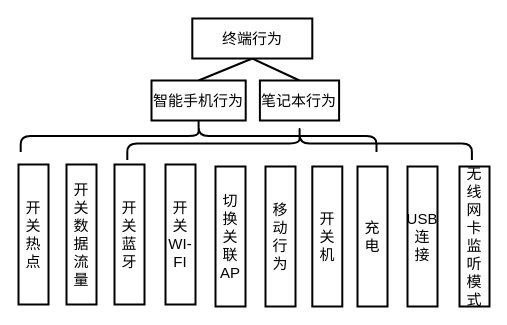
Earlier version of the draw.io diagram page "终端行为列举" (2 of 6) of 移动互联网场景图.drawio (Icarus1994/neutron_conf). Source tidied: cells renumbered, new cells numbered last; positions are measured from the earlier drawing's top-left corner, leaving out a move shared by most shapes. Both pictures are drawn from the tidied source at 100%, with x=0, y=0 at pixel (18, -43).
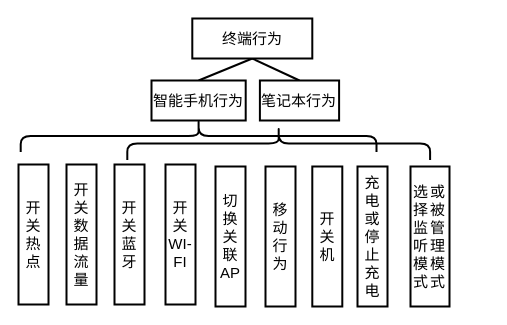
The same diagram, later.

The edit, as a diff of the source:
```diff
@@
 <mxGraphModel>
   <root>
     <mxCell id="0" />
     <mxCell id="1" parent="0" />
     <mxCell id="2" style="rounded=0;jettySize=auto;html=1;exitX=0.5;exitY=1;exitDx=0;exitDy=0;entryX=0.5;entryY=0;entryDx=0;entryDy=0;endArrow=none;endFill=0;strokeColor=#000000;strokeWidth=2;fillColor=#FFFF00;fontSize=15;" parent="1" edge="1" source="4" target="15">
       <mxGeometry relative="1" as="geometry" />
     </mxCell>
     <mxCell id="3" style="edgeStyle=none;rounded=0;jettySize=auto;html=1;exitX=0.5;exitY=1;exitDx=0;exitDy=0;entryX=0.5;entryY=0;entryDx=0;entryDy=0;endArrow=none;endFill=0;strokeColor=#000000;strokeWidth=2;fillColor=#FFFF00;fontSize=15;" parent="1" edge="1" source="4" target="16">
       <mxGeometry relative="1" as="geometry" />
     </mxCell>
     <mxCell id="4" value="&lt;font style=&quot;font-size: 15px&quot;&gt;终端行为&lt;/font&gt;" style="rounded=0;whiteSpace=wrap;html=1;strokeWidth=2;fontSize=15;" parent="1" vertex="1">
       <mxGeometry x="173.8" y="61" width="120" height="40" as="geometry" />
     </mxCell>
     <mxCell id="5" value="&lt;font style=&quot;font-size: 15px&quot;&gt;移动行为&lt;/font&gt;" style="rounded=0;whiteSpace=wrap;html=1;strokeWidth=2;fillColor=none;" parent="1" vertex="1">
       <mxGeometry x="247" y="209" width="30" height="140" as="geometry" />
     </mxCell>
     <mxCell id="6" value="&lt;font style=&quot;font-size: 15px&quot;&gt;开关蓝牙&lt;/font&gt;" style="rounded=0;whiteSpace=wrap;html=1;strokeWidth=2;fillColor=none;" parent="1" vertex="1">
       <mxGeometry x="96" y="207" width="30" height="140" as="geometry" />
     </mxCell>
-    <mxCell id="7" value="&lt;span style=&quot;font-size: 15px&quot;&gt;无线网卡监听模式&lt;/span&gt;" style="rounded=0;whiteSpace=wrap;html=1;strokeWidth=2;" parent="1" vertex="1">
-      <mxGeometry x="441" y="209" width="30" height="140" as="geometry" />
+    <mxCell id="7" style="rounded=0;whiteSpace=wrap;html=1;strokeWidth=2;" parent="1" vertex="1">
+      <mxGeometry x="392" y="209" width="39" height="140" as="geometry" />
     </mxCell>
     <mxCell id="8" value="&lt;font style=&quot;font-size: 15px&quot;&gt;开关WI-&lt;br&gt;FI&lt;/font&gt;" style="rounded=0;whiteSpace=wrap;html=1;strokeWidth=2;fillColor=none;strokeColor=#000000;" parent="1" vertex="1">
       <mxGeometry x="147" y="207" width="30" height="140" as="geometry" />
     </mxCell>
     <mxCell id="9" value="&lt;span style=&quot;font-size: 15px&quot;&gt;开关数据流量&lt;/span&gt;" style="rounded=0;whiteSpace=wrap;html=1;strokeWidth=2;fillColor=none;" parent="1" vertex="1">
       <mxGeometry x="48" y="207" width="30" height="140" as="geometry" />
     </mxCell>
     <mxCell id="10" value="&lt;font style=&quot;font-size: 15px&quot;&gt;开关热点&lt;/font&gt;" style="rounded=0;whiteSpace=wrap;html=1;strokeWidth=2;fillColor=none;strokeColor=#000000;" parent="1" vertex="1">
       <mxGeometry y="207" width="30" height="140" as="geometry" />
     </mxCell>
     <mxCell id="11" value="&lt;span style=&quot;font-size: 15px&quot;&gt;切换关联AP&lt;/span&gt;" style="rounded=0;whiteSpace=wrap;html=1;strokeWidth=2;fillColor=none;" parent="1" vertex="1">
       <mxGeometry x="197" y="209" width="30" height="140" as="geometry" />
     </mxCell>
-    <mxCell id="12" value="&lt;span style=&quot;font-size: 15px&quot;&gt;充电&lt;/span&gt;" style="rounded=0;whiteSpace=wrap;html=1;strokeWidth=2;" parent="1" vertex="1">
+    <mxCell id="12" value="&lt;span style=&quot;font-size: 15px&quot;&gt;充电&lt;br&gt;或停止充电&lt;/span&gt;" style="rounded=0;whiteSpace=wrap;html=1;strokeWidth=2;" parent="1" vertex="1">
       <mxGeometry x="339" y="209" width="30" height="140" as="geometry" />
     </mxCell>
     <mxCell id="13" value="&lt;span style=&quot;font-size: 15px&quot;&gt;开关机&lt;/span&gt;" style="rounded=0;whiteSpace=wrap;html=1;strokeWidth=2;" parent="1" vertex="1">
       <mxGeometry x="293.8" y="209" width="30" height="140" as="geometry" />
     </mxCell>
-    <mxCell id="14" value="&lt;span style=&quot;font-size: 15px&quot;&gt;USB连&lt;br&gt;接&lt;/span&gt;" style="rounded=0;whiteSpace=wrap;html=1;strokeWidth=2;" parent="1" vertex="1">
-      <mxGeometry x="389" y="209" width="30" height="140" as="geometry" />
-    </mxCell>
     <mxCell id="15" value="智能手机行为" style="rounded=0;whiteSpace=wrap;html=1;strokeWidth=2;fontSize=15;" parent="1" vertex="1">
       <mxGeometry x="133" y="123" width="94.2" height="40" as="geometry" />
     </mxCell>
     <mxCell id="16" value="笔记本行为" style="rounded=0;whiteSpace=wrap;html=1;strokeWidth=2;fontSize=15;" parent="1" vertex="1">
       <mxGeometry x="241.4" y="123" width="79.2" height="40" as="geometry" />
     </mxCell>
     <mxCell id="17" style="shape=curlyBracket;whiteSpace=wrap;html=1;rounded=1;strokeColor=#000000;strokeWidth=2;fillColor=#7AF200;fontSize=15;rotation=90;size=0.5144287396937565;" parent="1" vertex="1">
       <mxGeometry x="163.6" y="0.1" width="33" height="355.8" as="geometry" />
     </mxCell>
     <mxCell id="18" style="shape=curlyBracket;whiteSpace=wrap;html=1;rounded=1;strokeColor=#000000;strokeWidth=2;fillColor=#7AF200;fontSize=15;rotation=90;size=0.5144287396937565;" parent="1" vertex="1">
-      <mxGeometry x="264.1" y="13.2" width="34" height="344.6" as="geometry" />
+      <mxGeometry x="243.2" y="34.1" width="34" height="302.8" as="geometry" />
     </mxCell>
+    <mxCell id="19" value="&lt;span style=&quot;font-size: 15px&quot;&gt;选&lt;br&gt;择&lt;br&gt;监&lt;br&gt;听&lt;br&gt;模&lt;br&gt;式&lt;br&gt;&lt;br&gt;&lt;/span&gt;" style="text;html=1;align=center;verticalAlign=middle;" parent="1" vertex="1">
+      <mxGeometry x="389" y="233.5" width="25" height="109" as="geometry" />
+    </mxCell>
+    <mxCell id="20" value="&lt;span style=&quot;font-size: 15px&quot;&gt;或&lt;br&gt;被&lt;br&gt;管&lt;br&gt;理&lt;br&gt;模&lt;br&gt;式&lt;br&gt;&lt;/span&gt;" style="text;html=1;align=center;verticalAlign=middle;" parent="1" vertex="1">
+      <mxGeometry x="406" y="232" width="25" height="94" as="geometry" />
+    </mxCell>
   </root>
 </mxGraphModel>
```
